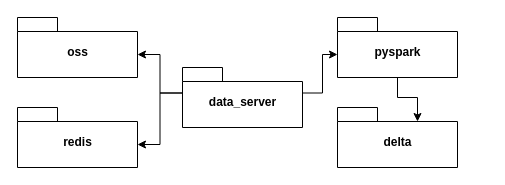
Earlier version of the draw.io diagram tupian/存储层查询模块.drawio (JJFatherL/biyesheji). Source tidied: cells renumbered, new cells numbered last; positions are measured from the earlier drawing's top-left corner, leaving out a move shared by most shapes. Both pictures are drawn from the tidied source at 100%, with x=0, y=0 at pixel (17, 17).
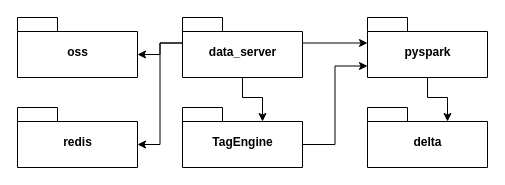
After the change.

Commit message (it also covers changes not shown here):
更新存储层查询模块.drawio

The edit, as a diff of the source:
```diff
@@
 <mxGraphModel>
   <root>
     <mxCell id="0" />
     <mxCell id="1" parent="0" />
     <mxCell id="2" style="edgeStyle=orthogonalEdgeStyle;rounded=0;jettySize=auto;html=1;exitX=0;exitY=0;exitDx=0;exitDy=25.5;exitPerimeter=0;entryX=0;entryY=0;entryDx=120;entryDy=37;entryPerimeter=0;" parent="1" edge="1" source="5" target="7">
       <mxGeometry relative="1" as="geometry" />
     </mxCell>
     <mxCell id="3" style="edgeStyle=orthogonalEdgeStyle;rounded=0;jettySize=auto;html=1;exitX=0;exitY=0;exitDx=0;exitDy=25.5;exitPerimeter=0;entryX=0;entryY=0;entryDx=120;entryDy=37;entryPerimeter=0;" parent="1" edge="1" source="5" target="6">
       <mxGeometry relative="1" as="geometry" />
     </mxCell>
-    <mxCell id="4" style="edgeStyle=orthogonalEdgeStyle;rounded=0;jettySize=auto;html=1;exitX=0;exitY=0;exitDx=120;exitDy=25.5;exitPerimeter=0;entryX=0;entryY=0;entryDx=0;entryDy=37;entryPerimeter=0;" parent="1" edge="1" source="5" target="10">
+    <mxCell id="4" style="edgeStyle=orthogonalEdgeStyle;rounded=0;jettySize=auto;html=1;exitX=0;exitY=0;exitDx=120;exitDy=25.5;exitPerimeter=0;entryX=0;entryY=0;entryDx=0;entryDy=25.5;entryPerimeter=0;" parent="1" edge="1" source="5" target="10">
       <mxGeometry relative="1" as="geometry" />
     </mxCell>
+    <mxCell id="11" style="edgeStyle=orthogonalEdgeStyle;rounded=0;jettySize=auto;html=1;exitX=0.5;exitY=1;exitDx=0;exitDy=0;exitPerimeter=0;entryX=0;entryY=0;entryDx=80;entryDy=14;entryPerimeter=0;" parent="1" edge="1" source="5" target="13">
+      <mxGeometry relative="1" as="geometry" />
+    </mxCell>
     <mxCell id="5" value="data_server" style="shape=folder;fontStyle=1;spacingTop=10;tabWidth=40;tabHeight=14;tabPosition=left;html=1;" parent="1" vertex="1">
-      <mxGeometry x="165" y="50" width="120" height="60" as="geometry" />
+      <mxGeometry x="165" width="120" height="60" as="geometry" />
     </mxCell>
     <mxCell id="6" value="redis" style="shape=folder;fontStyle=1;spacingTop=10;tabWidth=40;tabHeight=14;tabPosition=left;html=1;" parent="1" vertex="1">
       <mxGeometry y="90" width="120" height="60" as="geometry" />
     </mxCell>
     <mxCell id="7" value="oss" style="shape=folder;fontStyle=1;spacingTop=10;tabWidth=40;tabHeight=14;tabPosition=left;html=1;" parent="1" vertex="1">
       <mxGeometry width="120" height="60" as="geometry" />
     </mxCell>
     <mxCell id="8" value="delta" style="shape=folder;fontStyle=1;spacingTop=10;tabWidth=40;tabHeight=14;tabPosition=left;html=1;" parent="1" vertex="1">
-      <mxGeometry x="320" y="90" width="120" height="60" as="geometry" />
+      <mxGeometry x="350" y="90" width="120" height="60" as="geometry" />
     </mxCell>
     <mxCell id="9" style="edgeStyle=orthogonalEdgeStyle;rounded=0;jettySize=auto;html=1;exitX=0.5;exitY=1;exitDx=0;exitDy=0;exitPerimeter=0;entryX=0;entryY=0;entryDx=80;entryDy=14;entryPerimeter=0;" parent="1" edge="1" source="10" target="8">
       <mxGeometry relative="1" as="geometry" />
     </mxCell>
     <mxCell id="10" value="pyspark" style="shape=folder;fontStyle=1;spacingTop=10;tabWidth=40;tabHeight=14;tabPosition=left;html=1;" parent="1" vertex="1">
-      <mxGeometry x="320" width="120" height="60" as="geometry" />
+      <mxGeometry x="350" width="120" height="60" as="geometry" />
     </mxCell>
+    <mxCell id="12" style="edgeStyle=orthogonalEdgeStyle;rounded=0;jettySize=auto;html=1;exitX=0;exitY=0;exitDx=120;exitDy=37;exitPerimeter=0;entryX=0;entryY=0;entryDx=0;entryDy=48.5;entryPerimeter=0;" parent="1" edge="1" source="13" target="10">
+      <mxGeometry relative="1" as="geometry" />
+    </mxCell>
+    <mxCell id="13" value="TagEngine" style="shape=folder;fontStyle=1;spacingTop=10;tabWidth=40;tabHeight=14;tabPosition=left;html=1;" parent="1" vertex="1">
+      <mxGeometry x="165" y="90" width="120" height="60" as="geometry" />
+    </mxCell>
   </root>
 </mxGraphModel>
```
